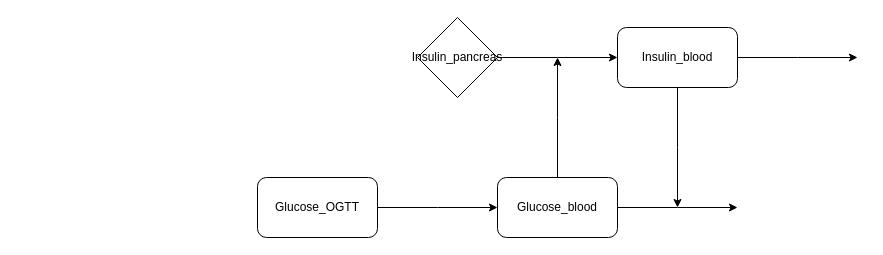
Above: page "With insulin_blood" (3 of 6) of assets/glucose-dynamics.drawio in willov/modelling_example (draw.io), before the change. Source tidied: cells renumbered, new cells numbered last; positions are measured from the earlier drawing's top-left corner, leaving out a move shared by most shapes. Both pictures are drawn from the tidied source at 100%, with x=0, y=0 at pixel (257, 17).
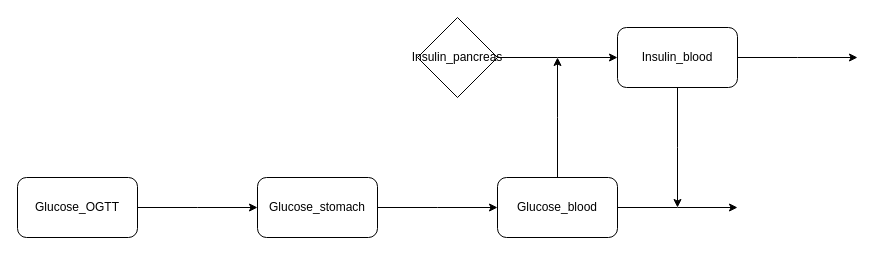
The same diagram, later.

Diff of the diagram source:
```diff
@@
-    <mxCell id="10" value="Glucose_OGTT" style="rounded=1;whiteSpace=wrap;html=1;" parent="1" vertex="1">
-      <mxGeometry y="160" width="120" height="60" as="geometry" />
-    </mxCell>
@@
+    <mxCell id="27" style="endArrow=classic;html=1;rounded=0;entryX=0;entryY=0.5;entryDx=0;entryDy=0;" parent="1" edge="1" source="29">
+      <mxGeometry relative="1" as="geometry">
+        <mxPoint y="190" as="targetPoint" />
+      </mxGeometry>
+    </mxCell>
+    <mxCell id="28" style="endArrow=none;html=1;rounded=0;entryDx=0;entryDy=0;strokeColor=default;endFill=0;" parent="1" edge="1" target="29">
+      <mxGeometry relative="1" as="geometry">
+        <mxPoint x="-120" y="190" as="sourcePoint" />
+      </mxGeometry>
+    </mxCell>
+    <mxCell id="29" style="shape=waypoint;sketch=0;fillStyle=solid;size=6;points=[];fillColor=none;perimeter=centerPerimeter;snapToPoint=1;strokeColor=none;" parent="1" vertex="1">
+      <mxGeometry x="-70" y="180" width="20" height="20" as="geometry" />
+    </mxCell>
+    <mxCell id="10" value="Glucose_OGTT" style="rounded=1;whiteSpace=wrap;html=1;" parent="1" vertex="1">
+      <mxGeometry x="-240" y="160" width="120" height="60" as="geometry" />
+    </mxCell>
+    <mxCell id="30" value="Glucose_stomach" style="rounded=1;whiteSpace=wrap;html=1;" parent="1" vertex="1">
+      <mxGeometry y="160" width="120" height="60" as="geometry" />
+    </mxCell>
```
